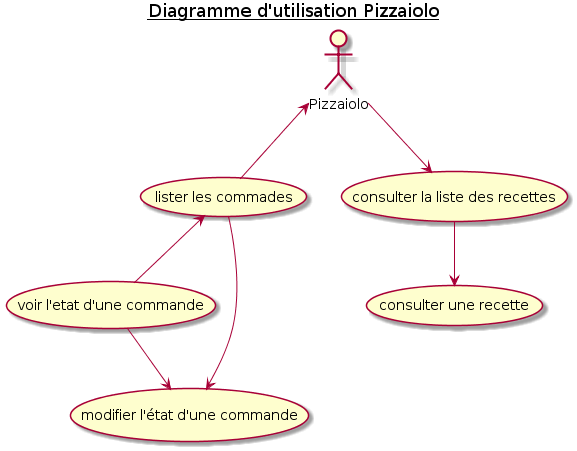
Earlier version of the PlantUML export doc/img/2_Pizzaiolo_UseCaseDiagram.png (Zepmanbc/oc_dapython_pr4). Its diagram source:
```plantuml
@startuml 2_Pizzaiolo_UseCaseDiagram

title <u>Diagramme d'utilisation Pizzaiolo</u>

actor Pizzaiolo as PIZLO

    (lister les commades) AS LIST_CMD
    (voir l'etat d'une commande) AS SHOW_STATE_CMD
    (modifier l'état d'une commande) AS MODIFY_STATE_CMD

    (consulter la liste des recettes) AS LIST_RECIPE
    (consulter une recette) AS SHOW_RECIPE


PIZLO <-- LIST_CMD
LIST_CMD <-- SHOW_STATE_CMD
LIST_CMD --> MODIFY_STATE_CMD
SHOW_STATE_CMD --> MODIFY_STATE_CMD

PIZLO --> LIST_RECIPE
LIST_RECIPE --> SHOW_RECIPE

@enduml
```
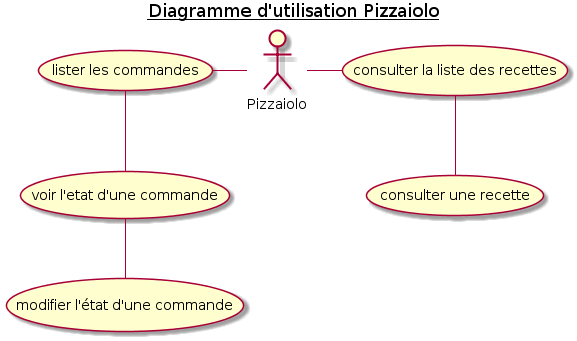
Later version of the same file.

Diff of the diagram source:
```diff
@@ -4,7 +4,7 @@
 
 actor Pizzaiolo as PIZLO
 
-    (lister les commades) AS LIST_CMD
+    (lister les commandes) AS LIST_CMD
     (voir l'etat d'une commande) AS SHOW_STATE_CMD
     (modifier l'état d'une commande) AS MODIFY_STATE_CMD
 
@@ -12,12 +12,11 @@
     (consulter une recette) AS SHOW_RECIPE
 
 
-PIZLO <-- LIST_CMD
-LIST_CMD <-- SHOW_STATE_CMD
-LIST_CMD --> MODIFY_STATE_CMD
-SHOW_STATE_CMD --> MODIFY_STATE_CMD
+PIZLO -l- LIST_CMD
+LIST_CMD -- SHOW_STATE_CMD
+SHOW_STATE_CMD -- MODIFY_STATE_CMD
 
-PIZLO --> LIST_RECIPE
-LIST_RECIPE --> SHOW_RECIPE
+PIZLO -r- LIST_RECIPE
+LIST_RECIPE -- SHOW_RECIPE
 
 @enduml
```
